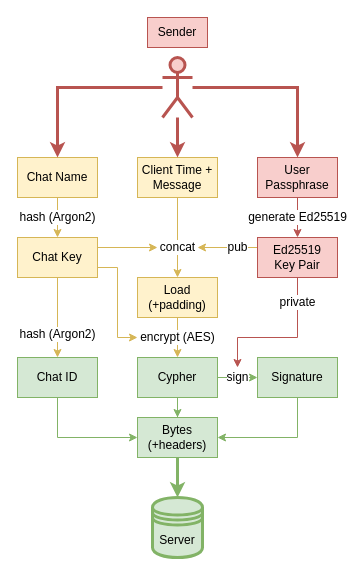
Before: page "Sending" (1 of 3) of misc/plan.drawio in GrishaVar/publichat, a draw.io diagram. Source tidied: cells renumbered, new cells numbered last; positions are measured from the earlier drawing's top-left corner, leaving out a move shared by most shapes. Both pictures are drawn from the tidied source at 100%, with x=0, y=0 at pixel (17, 17).
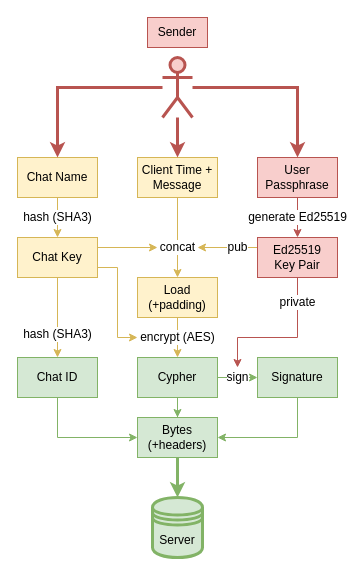
The same diagram, later.

The change refers to these unchanged cells:
```xml
<mxCell id="3" value="Chat Name" style="rounded=0;whiteSpace=wrap;html=1;fillColor=#fff2cc;strokeColor=#d6b656;" parent="1" vertex="1">
  <mxGeometry y="140" width="80" height="40" as="geometry" />
</mxCell>
<mxCell id="9" value="Chat ID" style="rounded=0;whiteSpace=wrap;html=1;fontFamily=Helvetica;fontSize=12;fillColor=#d5e8d4;strokeColor=#82b366;" parent="1" vertex="1">
  <mxGeometry y="340" width="80" height="40" as="geometry" />
</mxCell>
<mxCell id="25" value="Chat Key" style="rounded=0;whiteSpace=wrap;html=1;fillColor=#fff2cc;strokeColor=#d6b656;" parent="1" vertex="1">
  <mxGeometry y="220" width="80" height="40" as="geometry" />
</mxCell>
```

Diff of the diagram source:
```diff
@@
-    <mxCell id="2" value="&lt;font style=&quot;font-size: 12px;&quot;&gt;hash (Argon2)&lt;/font&gt;" style="edgeStyle=orthogonalEdgeStyle;rounded=0;jettySize=auto;html=1;fillColor=#fff2cc;strokeColor=#d6b656;" parent="1" edge="1" source="3" target="25">
+    <mxCell id="2" value="&lt;font style=&quot;font-size: 12px;&quot;&gt;hash (SHA3)&lt;/font&gt;" style="edgeStyle=orthogonalEdgeStyle;rounded=0;jettySize=auto;html=1;fillColor=#fff2cc;strokeColor=#d6b656;" parent="1" edge="1" source="3" target="25">
       <mxGeometry relative="1" as="geometry" />
     </mxCell>
@@
-    <mxCell id="22" value="&lt;font style=&quot;font-size: 12px;&quot;&gt;hash (&lt;/font&gt;&lt;font style=&quot;font-size: 12px;&quot;&gt;&lt;font style=&quot;font-size: 12px;&quot;&gt;Argon2&lt;/font&gt;)&lt;br&gt;&lt;/font&gt;" style="edgeStyle=orthogonalEdgeStyle;rounded=0;jettySize=auto;html=1;fillColor=#fff2cc;strokeColor=#d6b656;" parent="1" edge="1" source="25" target="9">
+    <mxCell id="22" value="&lt;font style=&quot;font-size: 12px;&quot;&gt;hash (SHA3&lt;/font&gt;&lt;font style=&quot;font-size: 12px;&quot;&gt;)&lt;br&gt;&lt;/font&gt;" style="edgeStyle=orthogonalEdgeStyle;rounded=0;jettySize=auto;html=1;fillColor=#fff2cc;strokeColor=#d6b656;" parent="1" edge="1" source="25" target="9">
       <mxGeometry x="0.43" relative="1" as="geometry" />
     </mxCell>
```
